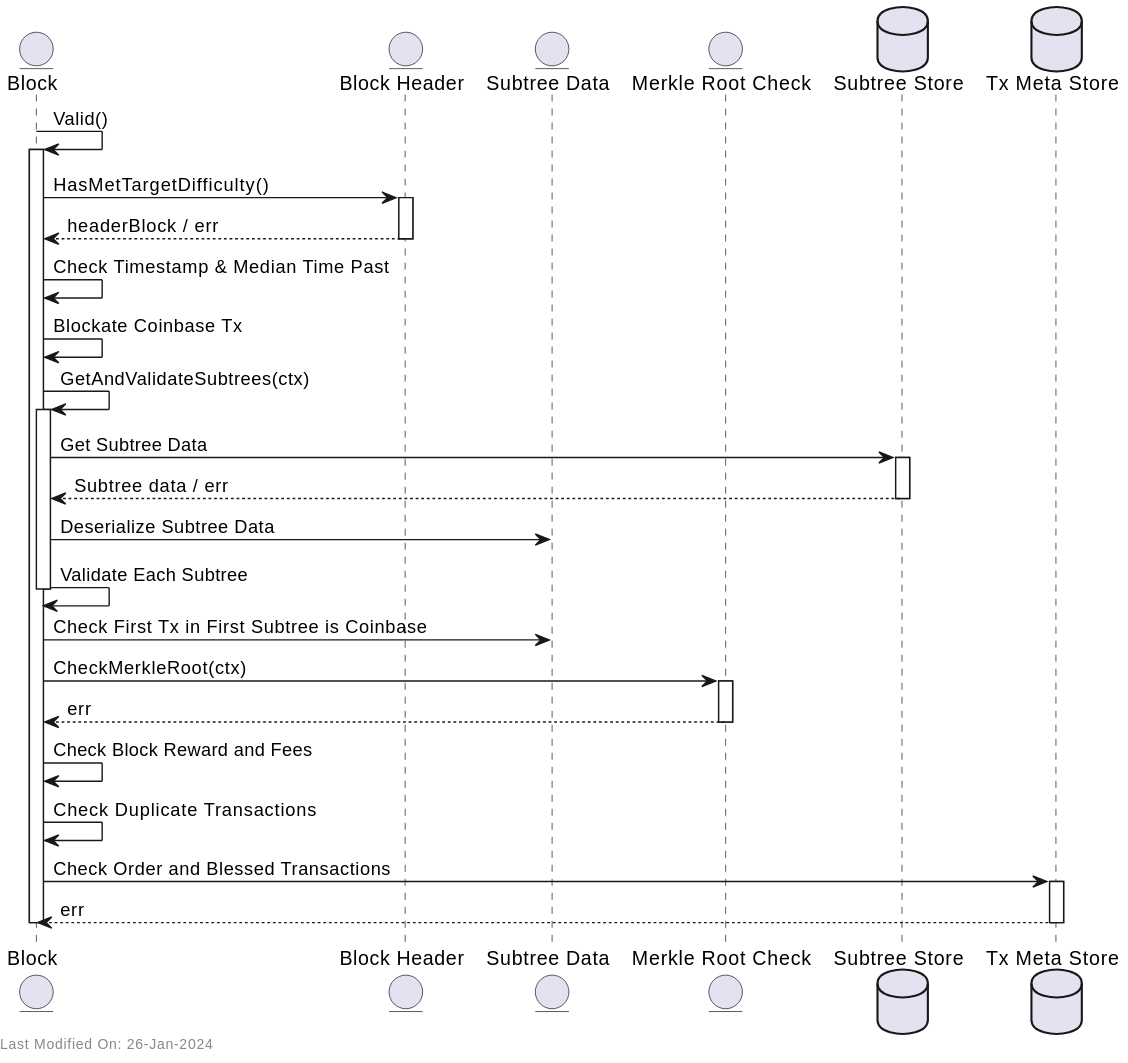
Above: docs/services/img/plantuml/blockvalidation/block_data_validation.svg in freemans13/teranode (PlantUML), before the change. Its source is kept beside it as docs/services/img/plantuml/blockvalidation/block_data_validation.puml.
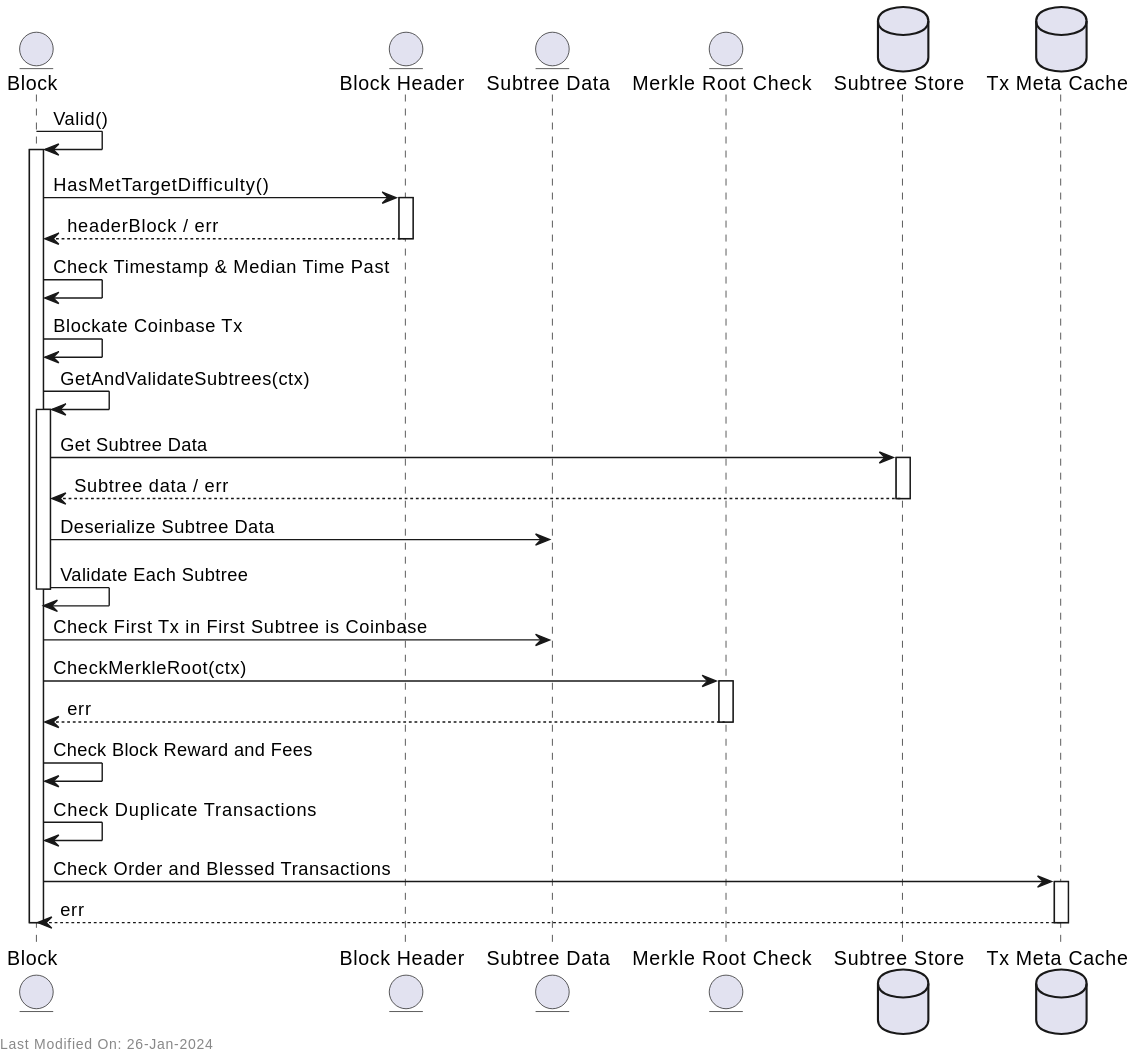
After the commit.

Diff of the diagram source:
```diff
@@ -4,7 +4,7 @@
 entity "Subtree Data" as SubtreeData
 entity "Merkle Root Check" as MerkleRootCheck
 database "Subtree Store" as SubtreeStore
-database "Tx Meta Store" as TxMetaStore
+database "Tx Meta Cache" as TxMetaStore
 
 Block -> Block: Valid()
 activate Block
```
